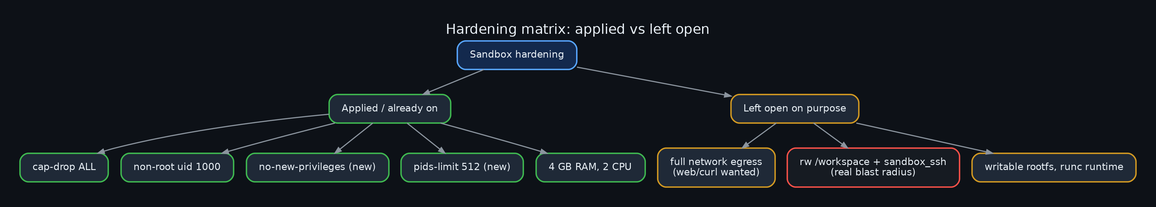
Above: diagrams/21_hardening_matrix.png in danindiana/hermes-web-search-ddgs (Graphviz), before the change. Its source is kept beside it as diagrams/21_hardening_matrix.dot.
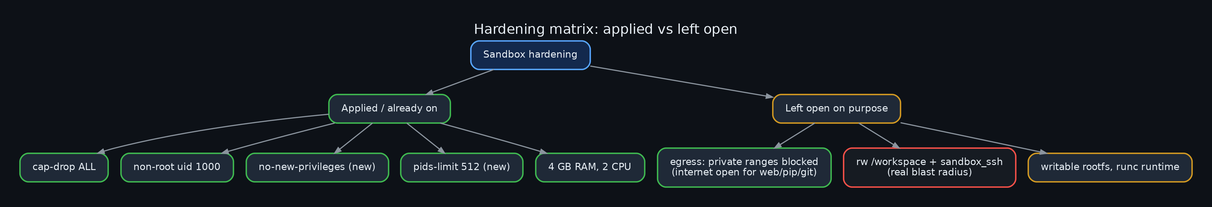
Later version of the same file.

The edit, as a diff of the source:
```diff
@@ -8,6 +8,7 @@
 ap [label="Applied / already on", color="#3fb950", fillcolor="#1f2937"];
 lo [label="Left open on purpose", color="#d29922", fillcolor="#1f2937"];
 a1 [label="cap-drop ALL", color="#3fb950", fillcolor="#1f2937"]; a2 [label="non-root uid 1000", color="#3fb950", fillcolor="#1f2937"]; a3 [label="no-new-privileges (new)", color="#3fb950", fillcolor="#1f2937"]; a4 [label="pids-limit 512 (new)", color="#3fb950", fillcolor="#1f2937"]; a5 [label="4 GB RAM, 2 CPU", color="#3fb950", fillcolor="#1f2937"];
-l1 [label="full network egress\n(web/curl wanted)", color="#d29922", fillcolor="#1f2937"]; l2 [label="rw /workspace + sandbox_ssh\n(real blast radius)", color="#f85149"]; l3 [label="writable rootfs, runc runtime", color="#d29922", fillcolor="#1f2937"];
+l1 [label="egress: private ranges blocked
+(internet open for web/pip/git)", color="#3fb950", fillcolor="#1f2937"]; l2 [label="rw /workspace + sandbox_ssh\n(real blast radius)", color="#f85149"]; l3 [label="writable rootfs, runc runtime", color="#d29922", fillcolor="#1f2937"];
 h->ap; h->lo; ap->a1; ap->a2; ap->a3; ap->a4; ap->a5; lo->l1; lo->l2; lo->l3;
 }
```
